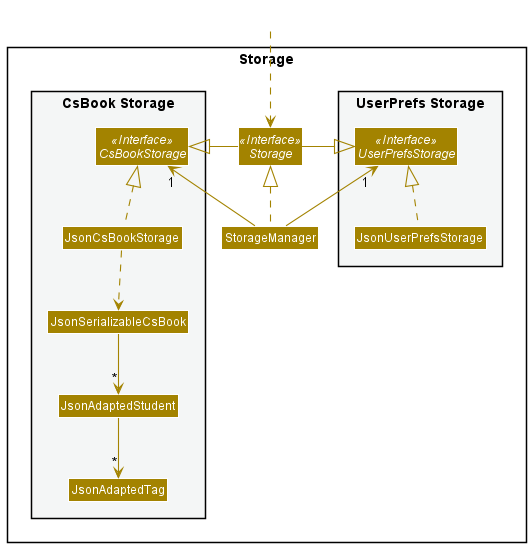
The PlantUML diagram docs/images/StorageClassDiagram.png in nus-cs2103-AY2122S1/tp, before a commit.
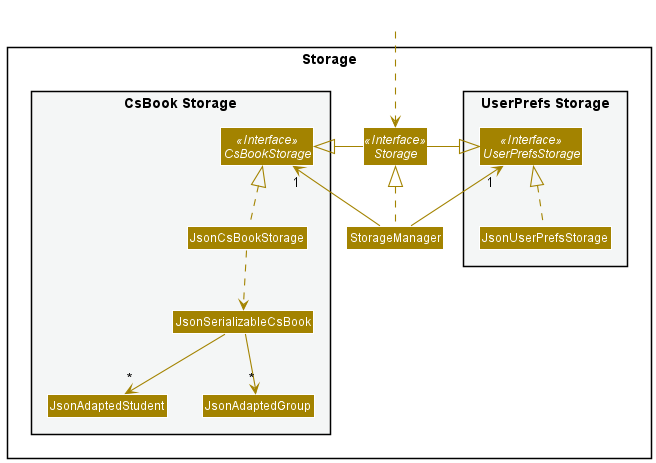
The same file after the commit.

Commit message:
Fix style check erros and saved UML diagrams as png

Diff of the diagram source:
```diff
@@ -19,7 +19,7 @@
 Class JsonCsBookStorage
 Class JsonSerializableCsBook
 Class JsonAdaptedStudent
-Class JsonAdaptedTag
+Class JsonAdaptedGroup
 }
 
 }
@@ -38,6 +38,7 @@
 JsonCsBookStorage .up.|> CsBookStorage
 JsonCsBookStorage ..> JsonSerializableCsBook
 JsonSerializableCsBook --> "*" JsonAdaptedStudent
-JsonAdaptedStudent --> "*" JsonAdaptedTag
+JsonSerializableCsBook --> "*" JsonAdaptedGroup
+
 
 @enduml
```
